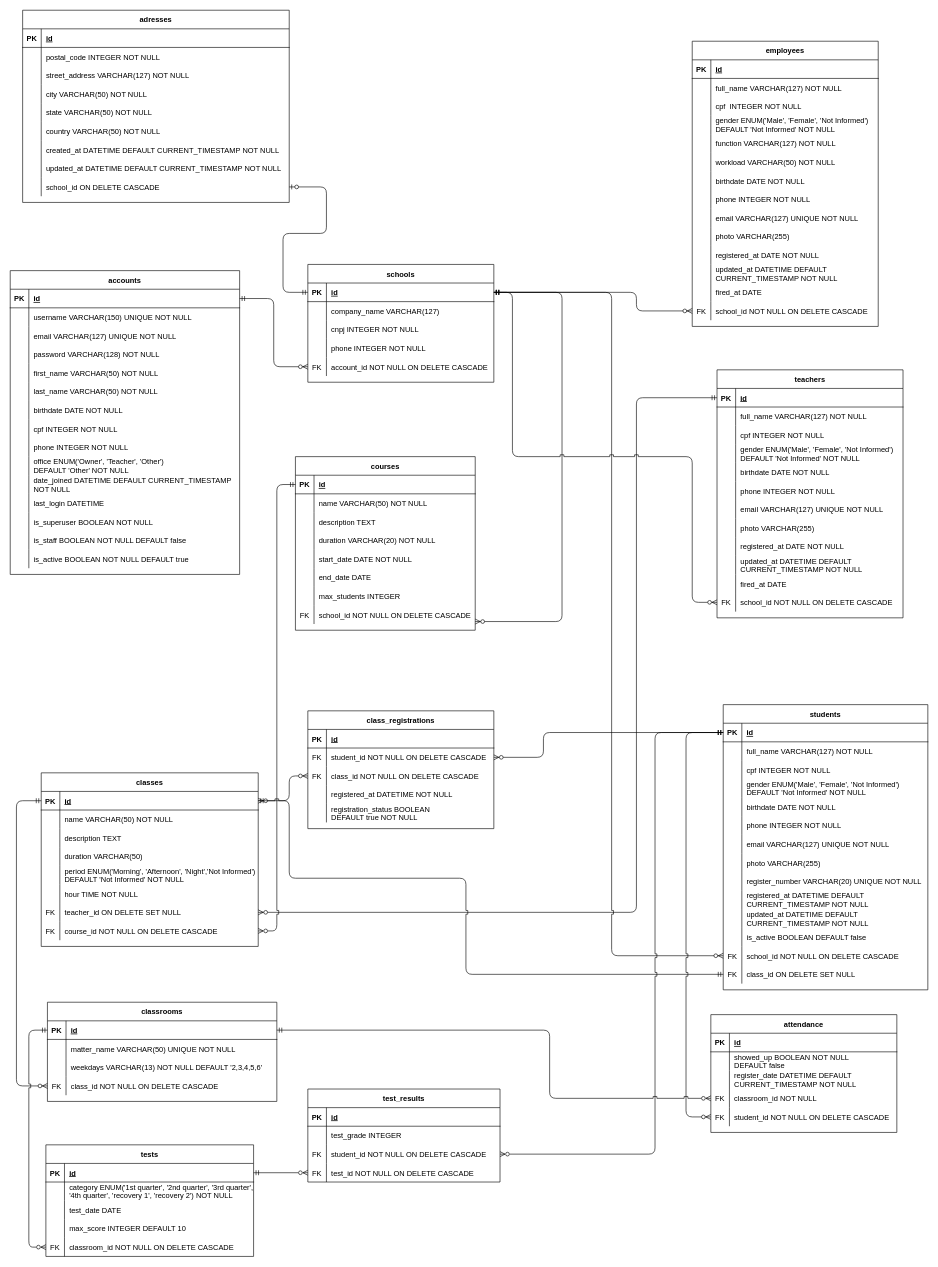
This is Diagrams/mgt_school.drawio from samsks/Mgt_School, a draw.io file, before an edit. Source tidied: cells renumbered, new cells numbered last; positions are measured from the earlier drawing's top-left corner, leaving out a move shared by most shapes. Both pictures are drawn from the tidied source at 62%, with x=0, y=0 at pixel (10, 10).
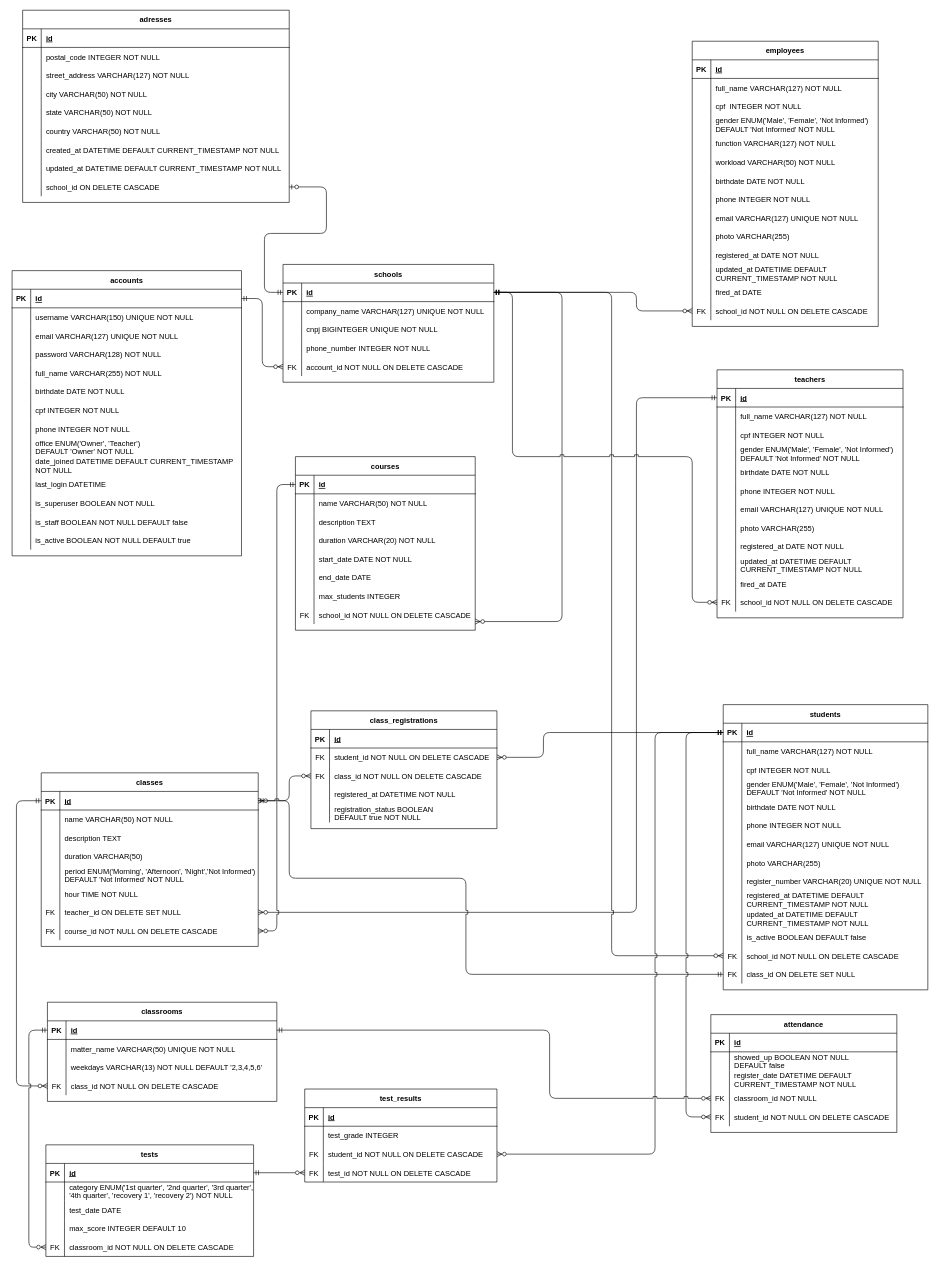
The same diagram, later.

Unchanged cells that the change refers to:
```xml
<mxCell id="43" style="shape=partialRectangle;fillColor=none;points=[[0,0.5],[1,0.5]];portConstraint=eastwest;top=0;left=0;right=0;bottom=0;" parent="18" vertex="1">
  <mxGeometry y="270" width="430" height="30" as="geometry" />
</mxCell>
<mxCell id="59" style="shape=partialRectangle;fillColor=none;top=0;left=0;right=0;bottom=0;" parent="46" vertex="1">
  <mxGeometry y="150" width="370" height="30" as="geometry" />
</mxCell>
```

Change to the diagram source:
```diff
@@
     <mxCell id="2" value="schools" style="shape=table;startSize=30;childLayout=tableLayout;rowLines=0;fontStyle=1;align=center;" parent="1" vertex="1">
-      <mxGeometry x="480" y="410" width="300" height="190" as="geometry" />
+      <mxGeometry x="440" y="410" width="340" height="190" as="geometry" />
     </mxCell>
     <mxCell id="3" style="shape=partialRectangle;fillColor=none;points=[[0,0.5],[1,0.5]];portConstraint=eastwest;top=0;left=0;right=0;bottom=1;" parent="2" vertex="1">
-      <mxGeometry y="30" width="300" height="30" as="geometry" />
+      <mxGeometry y="30" width="340" height="30" as="geometry" />
     </mxCell>
@@
     <mxCell id="5" value="id" style="shape=partialRectangle;overflow=hidden;fillColor=none;top=0;left=0;bottom=0;right=0;align=left;spacingLeft=6;fontStyle=5;" parent="3" vertex="1">
-      <mxGeometry x="30" width="270" height="30" as="geometry" />
+      <mxGeometry x="30" width="310" height="30" as="geometry" />
     </mxCell>
     <mxCell id="6" style="shape=partialRectangle;fillColor=none;top=0;left=0;right=0;bottom=0;" parent="2" vertex="1">
-      <mxGeometry y="60" width="300" height="30" as="geometry" />
+      <mxGeometry y="60" width="340" height="30" as="geometry" />
     </mxCell>
@@
-    <mxCell id="8" value="company_name VARCHAR(127)" style="shape=partialRectangle;overflow=hidden;fillColor=none;top=0;left=0;bottom=0;right=0;align=left;spacingLeft=6;" parent="6" vertex="1">
-      <mxGeometry x="30" width="270" height="30" as="geometry" />
+    <mxCell id="8" value="company_name VARCHAR(127) UNIQUE NOT NULL" style="shape=partialRectangle;overflow=hidden;fillColor=none;top=0;left=0;bottom=0;right=0;align=left;spacingLeft=6;" parent="6" vertex="1">
+      <mxGeometry x="30" width="310" height="30" as="geometry" />
     </mxCell>
     <mxCell id="9" style="shape=partialRectangle;fillColor=none;top=0;left=0;right=0;bottom=0;" parent="2" vertex="1">
-      <mxGeometry y="90" width="300" height="30" as="geometry" />
+      <mxGeometry y="90" width="340" height="30" as="geometry" />
     </mxCell>
@@
-    <mxCell id="11" value="cnpj INTEGER NOT NULL" style="shape=partialRectangle;overflow=hidden;fillColor=none;top=0;left=0;bottom=0;right=0;align=left;spacingLeft=6;" parent="9" vertex="1">
-      <mxGeometry x="30" width="270" height="30" as="geometry" />
+    <mxCell id="11" value="cnpj BIGINTEGER UNIQUE NOT NULL" style="shape=partialRectangle;overflow=hidden;fillColor=none;top=0;left=0;bottom=0;right=0;align=left;spacingLeft=6;" parent="9" vertex="1">
+      <mxGeometry x="30" width="310" height="30" as="geometry" />
     </mxCell>
     <mxCell id="12" style="shape=partialRectangle;fillColor=none;top=0;left=0;right=0;bottom=0;" parent="2" vertex="1">
-      <mxGeometry y="120" width="300" height="30" as="geometry" />
+      <mxGeometry y="120" width="340" height="30" as="geometry" />
     </mxCell>
@@
-    <mxCell id="14" value="phone INTEGER NOT NULL" style="shape=partialRectangle;overflow=hidden;fillColor=none;top=0;left=0;bottom=0;right=0;align=left;spacingLeft=6;" parent="12" vertex="1">
-      <mxGeometry x="30" width="270" height="30" as="geometry" />
+    <mxCell id="14" value="phone_number INTEGER NOT NULL" style="shape=partialRectangle;overflow=hidden;fillColor=none;top=0;left=0;bottom=0;right=0;align=left;spacingLeft=6;" parent="12" vertex="1">
+      <mxGeometry x="30" width="310" height="30" as="geometry" />
     </mxCell>
     <mxCell id="15" style="shape=partialRectangle;fillColor=none;points=[[0,0.5],[1,0.5]];portConstraint=eastwest;top=0;left=0;right=0;bottom=0;" parent="2" vertex="1">
-      <mxGeometry y="150" width="300" height="30" as="geometry" />
+      <mxGeometry y="150" width="340" height="30" as="geometry" />
     </mxCell>
@@
     <mxCell id="17" value="account_id NOT NULL ON DELETE CASCADE" style="shape=partialRectangle;overflow=hidden;fillColor=none;top=0;left=0;bottom=0;right=0;align=left;spacingLeft=6;" parent="15" vertex="1">
-      <mxGeometry x="30" width="270" height="30" as="geometry" />
+      <mxGeometry x="30" width="310" height="30" as="geometry" />
     </mxCell>
@@
     <mxCell id="46" value="accounts" style="shape=table;startSize=30;childLayout=tableLayout;rowLines=0;fontStyle=1;align=center;" parent="1" vertex="1">
-      <mxGeometry y="420" width="370" height="490" as="geometry" />
+      <mxGeometry x="3" y="420" width="370" height="460" as="geometry" />
     </mxCell>
@@
-    <mxCell id="61" value="first_name VARCHAR(50) NOT NULL" style="shape=partialRectangle;overflow=hidden;fillColor=none;top=0;left=0;bottom=0;right=0;align=left;spacingLeft=6;" parent="59" vertex="1">
+    <mxCell id="61" value="full_name VARCHAR(255) NOT NULL" style="shape=partialRectangle;overflow=hidden;fillColor=none;top=0;left=0;bottom=0;right=0;align=left;spacingLeft=6;" parent="59" vertex="1">
       <mxGeometry x="30" width="340" height="30" as="geometry" />
     </mxCell>
-    <mxCell id="62" style="shape=partialRectangle;fillColor=none;top=0;left=0;right=0;bottom=0;" parent="46" vertex="1">
-      <mxGeometry y="180" width="370" height="30" as="geometry" />
-    </mxCell>
-    <mxCell id="63" style="shape=partialRectangle;overflow=hidden;fillColor=none;top=0;left=0;bottom=0;right=0;" parent="62" vertex="1">
-      <mxGeometry width="30" height="30" as="geometry" />
-    </mxCell>
-    <mxCell id="64" value="last_name VARCHAR(50) NOT NULL" style="shape=partialRectangle;overflow=hidden;fillColor=none;top=0;left=0;bottom=0;right=0;align=left;spacingLeft=6;" parent="62" vertex="1">
-      <mxGeometry x="30" width="340" height="30" as="geometry" />
-    </mxCell>
     <mxCell id="65" style="shape=partialRectangle;fillColor=none;top=0;left=0;right=0;bottom=0;" parent="46" vertex="1">
-      <mxGeometry y="210" width="370" height="30" as="geometry" />
+      <mxGeometry y="180" width="370" height="30" as="geometry" />
     </mxCell>
@@
     <mxCell id="68" style="shape=partialRectangle;fillColor=none;top=0;left=0;right=0;bottom=0;" parent="46" vertex="1">
-      <mxGeometry y="240" width="370" height="30" as="geometry" />
+      <mxGeometry y="210" width="370" height="30" as="geometry" />
     </mxCell>
@@
     <mxCell id="71" style="shape=partialRectangle;fillColor=none;top=0;left=0;right=0;bottom=0;" parent="46" vertex="1">
-      <mxGeometry y="270" width="370" height="30" as="geometry" />
+      <mxGeometry y="240" width="370" height="30" as="geometry" />
     </mxCell>
@@
     <mxCell id="74" style="shape=partialRectangle;fillColor=none;top=0;left=0;right=0;bottom=0;" parent="46" vertex="1">
-      <mxGeometry y="300" width="370" height="30" as="geometry" />
+      <mxGeometry y="270" width="370" height="30" as="geometry" />
     </mxCell>
@@
-    <mxCell id="76" value="office ENUM('Owner', 'Teacher', 'Other') &#10;DEFAULT 'Other' NOT NULL" style="shape=partialRectangle;overflow=hidden;fillColor=none;top=0;left=0;bottom=0;right=0;align=left;spacingLeft=6;" parent="74" vertex="1">
+    <mxCell id="76" value="office ENUM('Owner', 'Teacher') &#10;DEFAULT 'Owner' NOT NULL" style="shape=partialRectangle;overflow=hidden;fillColor=none;top=0;left=0;bottom=0;right=0;align=left;spacingLeft=6;" parent="74" vertex="1">
       <mxGeometry x="30" width="340" height="30" as="geometry" />
     </mxCell>
     <mxCell id="77" style="shape=partialRectangle;fillColor=none;top=0;left=0;right=0;bottom=0;" parent="46" vertex="1">
-      <mxGeometry y="330" width="370" height="30" as="geometry" />
+      <mxGeometry y="300" width="370" height="30" as="geometry" />
     </mxCell>
@@
     <mxCell id="80" style="shape=partialRectangle;fillColor=none;top=0;left=0;right=0;bottom=0;" parent="46" vertex="1">
-      <mxGeometry y="360" width="370" height="30" as="geometry" />
+      <mxGeometry y="330" width="370" height="30" as="geometry" />
     </mxCell>
@@
     <mxCell id="83" style="shape=partialRectangle;fillColor=none;top=0;left=0;right=0;bottom=0;" parent="46" vertex="1">
-      <mxGeometry y="390" width="370" height="30" as="geometry" />
+      <mxGeometry y="360" width="370" height="30" as="geometry" />
     </mxCell>
@@
     <mxCell id="86" style="shape=partialRectangle;fillColor=none;top=0;left=0;right=0;bottom=0;" parent="46" vertex="1">
-      <mxGeometry y="420" width="370" height="30" as="geometry" />
+      <mxGeometry y="390" width="370" height="30" as="geometry" />
     </mxCell>
@@
     <mxCell id="89" style="shape=partialRectangle;fillColor=none;top=0;left=0;right=0;bottom=0;" parent="46" vertex="1">
-      <mxGeometry y="450" width="370" height="30" as="geometry" />
+      <mxGeometry y="420" width="370" height="30" as="geometry" />
     </mxCell>
@@
     <mxCell id="135" value="class_registrations" style="shape=table;startSize=30;childLayout=tableLayout;rowLines=0;fontStyle=1;align=center;" parent="1" vertex="1">
-      <mxGeometry x="480" y="1130" width="300" height="190" as="geometry" />
+      <mxGeometry x="485" y="1130" width="300" height="190" as="geometry" />
     </mxCell>
@@
     <mxCell id="214" style="edgeStyle=orthogonalEdgeStyle;fontSize=12;html=1;endArrow=ERzeroToOne;startArrow=ERmandOne;rounded=1;exitX=0;exitY=0.5;exitDx=0;exitDy=0;entryX=1;entryY=0.5;entryDx=0;entryDy=0;" parent="1" edge="1" source="3" target="43">
       <mxGeometry relative="1" as="geometry">
         <Array as="points">
-          <mxPoint x="440" y="455" />
-          <mxPoint x="440" y="360" />
+          <mxPoint x="410" y="455" />
+          <mxPoint x="410" y="360" />
           <mxPoint x="510" y="360" />
           <mxPoint x="510" y="285" />
         </Array>
       </mxGeometry>
     </mxCell>
@@
     <mxCell id="340" value="test_results" style="shape=table;startSize=30;childLayout=tableLayout;rowLines=0;fontStyle=1;align=center;" parent="1" vertex="1">
-      <mxGeometry x="480" y="1740" width="310" height="150" as="geometry" />
+      <mxGeometry x="475" y="1740" width="310" height="150" as="geometry" />
     </mxCell>
```
